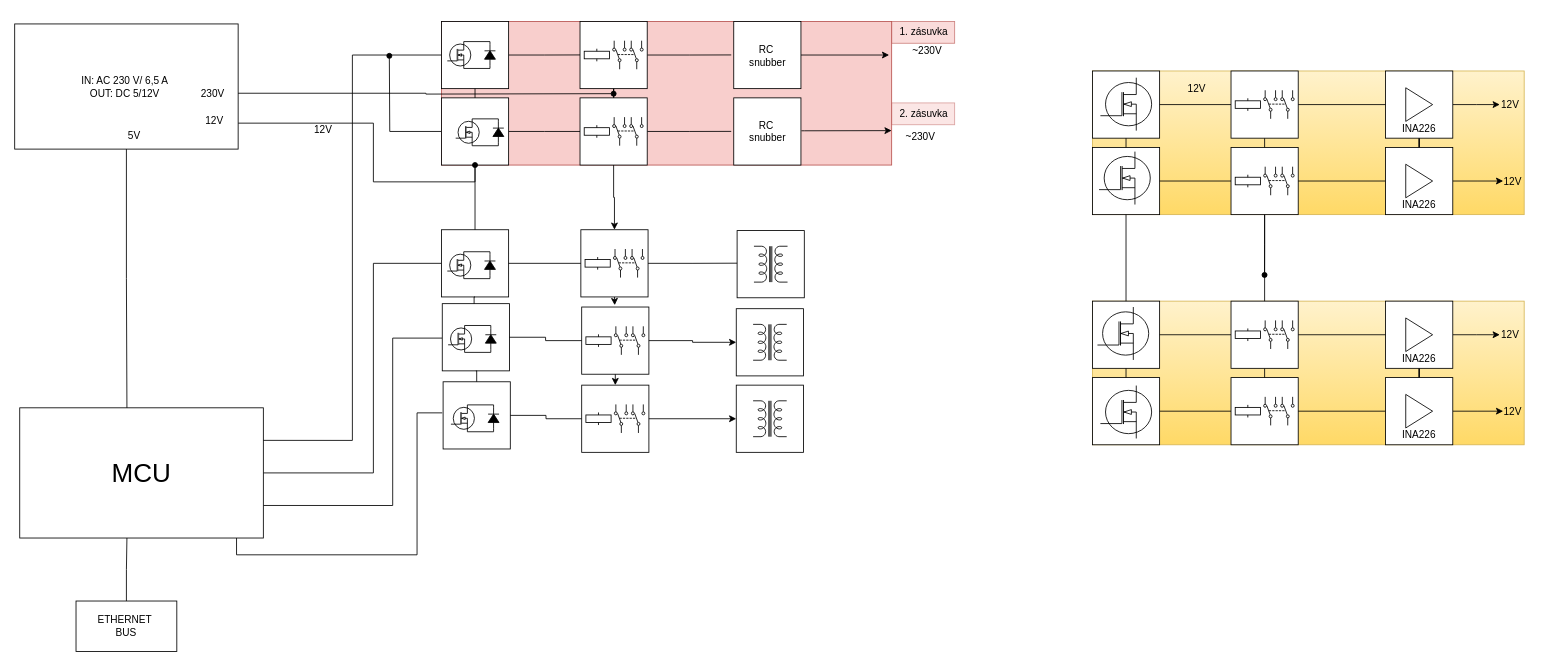
Above: blokove_schema.drawio in AdminTextilka/Bakalarka (draw.io), before the change. Source tidied: cells renumbered, new cells numbered last; positions are measured from the earlier drawing's top-left corner, leaving out a move shared by most shapes. Both pictures are drawn from the tidied source at 84%, with x=0, y=0 at pixel (14, 21).
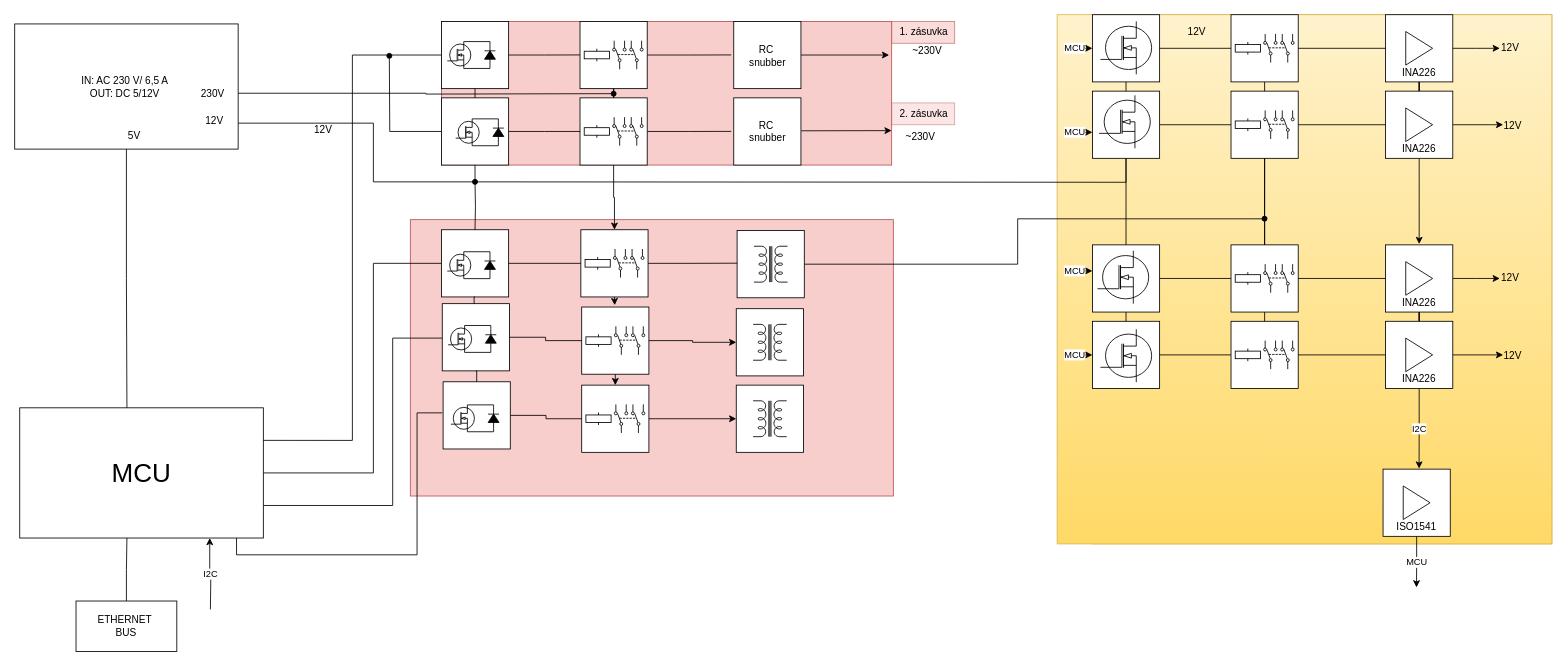
The same page after the edit.

The change refers to these unchanged cells:
```xml
<mxCell id="11" value="&lt;font style=&quot;font-size: 31px;&quot;&gt;MCU&lt;/font&gt;" style="rounded=0;whiteSpace=wrap;html=1;points=[[0,0,0,0,0],[0,0.25,0,0,0],[0,0.5,0,0,0],[0,0.75,0,0,0],[0,1,0,0,0],[0.11,0,0,0,0],[0.11,1,0,0,0],[0.22,0,0,0,0],[0.22,1,0,0,0],[0.33,0,0,0,0],[0.33,1,0,0,0],[0.44,0,0,0,0],[0.44,1,0,0,0],[0.56,0,0,0,0],[0.56,1,0,0,0],[0.67,0,0,0,0],[0.67,1,0,0,0],[0.78,0,0,0,0],[0.78,1,0,0,0],[0.89,0,0,0,0],[0.89,1,0,0,0],[1,0,0,0,0],[1,0.25,0,0,0],[1,0.5,0,0,0],[1,0.75,0,0,0],[1,1,0,0,0]];" parent="1" vertex="1">
  <mxGeometry x="6" y="460" width="290" height="155" as="geometry" />
</mxCell>
<mxCell id="40" style="whiteSpace=wrap;html=1;" parent="34" vertex="1">
  <mxGeometry width="80" height="80" as="geometry" />
</mxCell>
<mxCell id="56" style="group;" parent="54" vertex="1">
  <mxGeometry width="100" height="80" as="geometry" />
</mxCell>
<mxCell id="57" style="whiteSpace=wrap;html=1;" parent="56" vertex="1">
  <mxGeometry width="80" height="80" as="geometry" />
</mxCell>
<mxCell id="65" style="whiteSpace=wrap;html=1;" parent="64" vertex="1">
  <mxGeometry width="80" height="80" as="geometry" />
</mxCell>
<mxCell id="78" value="&lt;br&gt;&lt;br&gt;&lt;br&gt;&lt;br&gt;INA226" style="whiteSpace=wrap;html=1;" parent="54" vertex="1">
  <mxGeometry x="349" y="91" width="80" height="80" as="geometry" />
</mxCell>
<mxCell id="110" value="&lt;br&gt;&lt;br&gt;&lt;br&gt;&lt;br&gt;INA226" style="whiteSpace=wrap;html=1;" parent="87" vertex="1">
  <mxGeometry x="349" y="91" width="80" height="80" as="geometry" />
</mxCell>
<mxCell id="113" style="whiteSpace=wrap;html=1;" parent="112" vertex="1">
  <mxGeometry width="80" height="80" as="geometry" />
</mxCell>
<mxCell id="121" style="whiteSpace=wrap;html=1;" parent="120" vertex="1">
  <mxGeometry width="80" height="80" as="geometry" />
</mxCell>
<mxCell id="157" style="whiteSpace=wrap;html=1;" parent="156" vertex="1">
  <mxGeometry width="80" height="80" as="geometry" />
</mxCell>
```

Diff of the diagram source:
```diff
@@
+    <mxCell id="179" style="rounded=0;whiteSpace=wrap;html=1;fillColor=#f8cecc;strokeColor=#b85450;" parent="1" vertex="1">
+      <mxGeometry x="471" y="236" width="575" height="329" as="geometry" />
+    </mxCell>
@@
+    <mxCell id="180" value="I2C" style="edgeStyle=orthogonalEdgeStyle;rounded=0;jettySize=auto;html=1;exitX=0.78;exitY=1;exitDx=0;exitDy=0;exitPerimeter=0;endArrow=none;endFill=0;startArrow=classic;startFill=1;" parent="1" edge="1" source="11">
+      <mxGeometry relative="1" as="geometry">
+        <mxPoint x="233" y="700" as="targetPoint" />
+      </mxGeometry>
+    </mxCell>
@@
-    <mxCell id="47" style="edgeStyle=orthogonalEdgeStyle;rounded=0;jettySize=auto;html=1;exitX=1;exitY=0.75;exitDx=0;exitDy=0;endArrow=oval;endFill=1;entryX=0.5;entryY=1;entryDx=0;entryDy=0;" parent="1" edge="1" target="40">
+    <mxCell id="47" style="edgeStyle=orthogonalEdgeStyle;rounded=0;jettySize=auto;html=1;exitX=1;exitY=0.75;exitDx=0;exitDy=0;endArrow=none;endFill=0;entryX=0.5;entryY=1;entryDx=0;entryDy=0;" parent="1" edge="1" target="40">
       <mxGeometry relative="1" as="geometry">
         <mxPoint x="266" y="121.1" as="sourcePoint" />
         <Array as="points">
           <mxPoint x="427" y="121" />
           <mxPoint x="427" y="191" />
           <mxPoint x="548" y="191" />
         </Array>
       </mxGeometry>
     </mxCell>
@@
-    <mxCell id="54" style="group;" parent="1" vertex="1">
-      <mxGeometry x="1283" y="59" width="520" height="171" as="geometry" />
+    <mxCell id="54" style="group;fillColor=#fff2cc;strokeColor=#d6b656;" parent="1" vertex="1">
+      <mxGeometry x="1283" y="-8" width="547" height="630" as="geometry" />
     </mxCell>
     <mxCell id="55" style="group;fillColor=#fff2cc;gradientColor=#ffd966;strokeColor=#d6b656;" parent="54" vertex="1">
-      <mxGeometry width="514" height="171" as="geometry" />
+      <mxGeometry x="-42" width="589" height="630" as="geometry" />
     </mxCell>
@@
+    <mxCell id="181" value="MCU" style="edgeStyle=orthogonalEdgeStyle;rounded=0;jettySize=auto;html=1;exitX=0;exitY=0.5;exitDx=0;exitDy=0;endArrow=none;endFill=0;startArrow=classic;startFill=1;" parent="56" edge="1" source="57">
+      <mxGeometry relative="1" as="geometry">
+        <mxPoint x="-23.1" y="40.3" as="targetPoint" />
+        <Array as="points">
+          <mxPoint x="-33" y="40" />
+        </Array>
+      </mxGeometry>
+    </mxCell>
@@
+    <mxCell id="182" style="edgeStyle=orthogonalEdgeStyle;rounded=0;jettySize=auto;html=1;exitX=0.5;exitY=1;exitDx=0;exitDy=0;" parent="54" edge="1" source="78">
+      <mxGeometry relative="1" as="geometry">
+        <mxPoint x="389" y="273" as="targetPoint" />
+      </mxGeometry>
+    </mxCell>
@@
     <mxCell id="87" style="group;" parent="1" vertex="1">
-      <mxGeometry x="1283" y="333" width="520" height="171" as="geometry" />
+      <mxGeometry x="1283" y="266" width="520" height="171" as="geometry" />
     </mxCell>
-    <mxCell id="88" style="group;fillColor=#fff2cc;gradientColor=#ffd966;strokeColor=#d6b656;" parent="87" vertex="1">
-      <mxGeometry width="514" height="171" as="geometry" />
-    </mxCell>
@@
+    <mxCell id="183" value="I2C" style="edgeStyle=orthogonalEdgeStyle;rounded=0;jettySize=auto;html=1;exitX=0.5;exitY=1;exitDx=0;exitDy=0;" parent="87" edge="1" source="110">
+      <mxGeometry relative="1" as="geometry">
+        <mxPoint x="388.9" y="266.3" as="targetPoint" />
+      </mxGeometry>
+    </mxCell>
@@
-    <mxCell id="150" style="edgeStyle=orthogonalEdgeStyle;rounded=0;jettySize=auto;html=1;exitX=0.5;exitY=1;exitDx=0;exitDy=0;entryX=0.5;entryY=0;entryDx=0;entryDy=0;endArrow=none;endFill=0;" parent="1" edge="1" source="40" target="121">
-      <mxGeometry relative="1" as="geometry" />
+    <mxCell id="150" style="edgeStyle=orthogonalEdgeStyle;rounded=0;jettySize=auto;html=1;entryX=0.5;entryY=0;entryDx=0;entryDy=0;endArrow=none;endFill=0;startArrow=oval;startFill=1;" parent="1" edge="1" target="121">
+      <mxGeometry relative="1" as="geometry">
+        <mxPoint x="548" y="191" as="sourcePoint" />
+      </mxGeometry>
     </mxCell>
@@
+    <mxCell id="184" style="edgeStyle=orthogonalEdgeStyle;rounded=0;jettySize=auto;html=1;entryX=0.5;entryY=1;entryDx=0;entryDy=0;endArrow=none;endFill=0;" parent="1" edge="1" target="65">
+      <mxGeometry relative="1" as="geometry">
+        <mxPoint x="548" y="191" as="sourcePoint" />
+      </mxGeometry>
+    </mxCell>
+    <mxCell id="185" style="edgeStyle=orthogonalEdgeStyle;rounded=0;jettySize=auto;html=1;exitX=1;exitY=0.5;exitDx=0;exitDy=0;entryX=0.5;entryY=0;entryDx=0;entryDy=0;endArrow=none;endFill=0;" parent="1" edge="1" source="157" target="113">
+      <mxGeometry relative="1" as="geometry">
+        <Array as="points">
+          <mxPoint x="1194" y="289" />
+          <mxPoint x="1194" y="235" />
+          <mxPoint x="1488" y="235" />
+        </Array>
+      </mxGeometry>
+    </mxCell>
+    <mxCell id="186" value="MCU" style="edgeStyle=orthogonalEdgeStyle;rounded=0;orthogonalLoop=1;jettySize=auto;html=1;exitX=0;exitY=0.5;exitDx=0;exitDy=0;endArrow=none;endFill=0;startArrow=classic;startFill=1;" parent="1" edge="1">
+      <mxGeometry relative="1" as="geometry">
+        <mxPoint x="1283" y="132" as="sourcePoint" />
+        <mxPoint x="1259.9" y="132.3" as="targetPoint" />
+        <Array as="points">
+          <mxPoint x="1250" y="132" />
+        </Array>
+      </mxGeometry>
+    </mxCell>
+    <mxCell id="187" value="MCU" style="edgeStyle=orthogonalEdgeStyle;rounded=0;orthogonalLoop=1;jettySize=auto;html=1;exitX=0;exitY=0.5;exitDx=0;exitDy=0;endArrow=none;endFill=0;startArrow=classic;startFill=1;" parent="1" edge="1">
+      <mxGeometry relative="1" as="geometry">
+        <mxPoint x="1283" y="297" as="sourcePoint" />
+        <mxPoint x="1259.9" y="297.3" as="targetPoint" />
+        <Array as="points">
+          <mxPoint x="1250" y="297" />
+        </Array>
+      </mxGeometry>
+    </mxCell>
+    <mxCell id="188" value="MCU" style="edgeStyle=orthogonalEdgeStyle;rounded=0;orthogonalLoop=1;jettySize=auto;html=1;exitX=0;exitY=0.5;exitDx=0;exitDy=0;endArrow=none;endFill=0;startArrow=classic;startFill=1;" parent="1" edge="1">
+      <mxGeometry relative="1" as="geometry">
+        <mxPoint x="1283" y="397" as="sourcePoint" />
+        <mxPoint x="1259.9" y="397.3" as="targetPoint" />
+        <Array as="points">
+          <mxPoint x="1250" y="397" />
+        </Array>
+      </mxGeometry>
+    </mxCell>
+    <mxCell id="189" value="MCU" style="edgeStyle=orthogonalEdgeStyle;rounded=0;jettySize=auto;html=1;exitX=0.5;exitY=1;exitDx=0;exitDy=0;" parent="1" edge="1" source="190">
+      <mxGeometry relative="1" as="geometry">
+        <mxPoint x="1668.8" y="673.8" as="targetPoint" />
+      </mxGeometry>
+    </mxCell>
+    <mxCell id="190" value="&lt;br&gt;&lt;br&gt;&lt;br&gt;&lt;br&gt;ISO1541" style="whiteSpace=wrap;html=1;" parent="1" vertex="1">
+      <mxGeometry x="1629" y="533" width="80" height="80" as="geometry" />
+    </mxCell>
+    <mxCell id="191" style="triangle;whiteSpace=wrap;html=1;" parent="1" vertex="1">
+      <mxGeometry x="1653" y="553" width="32" height="40" as="geometry" />
+    </mxCell>
```
